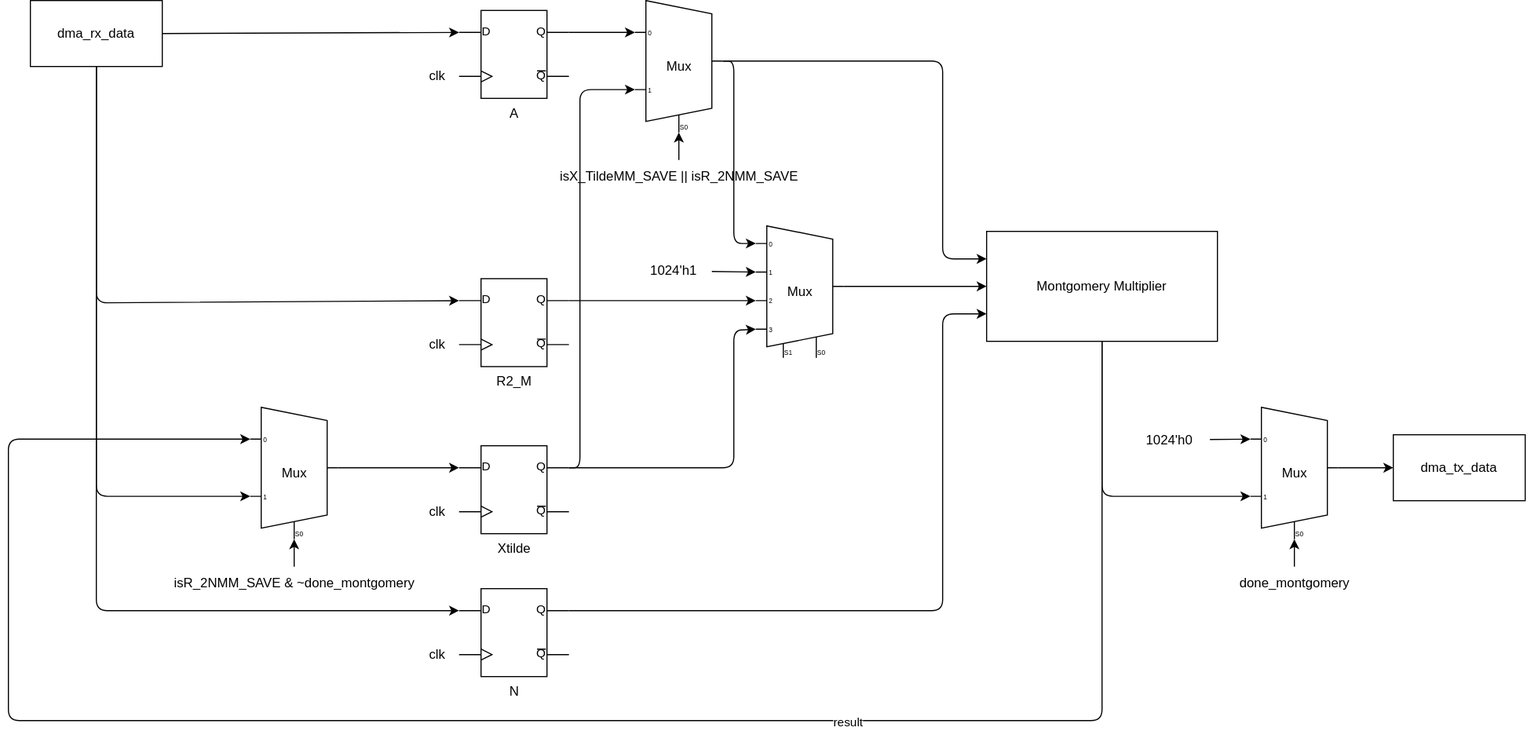
This is rsa/rsa.svg from Tfloow/Montgomery, a draw.io export, as it was before one commit. Source tidied: cells renumbered, new cells last; positions are measured from the earlier drawing's top-left corner, leaving out a move shared by most shapes.
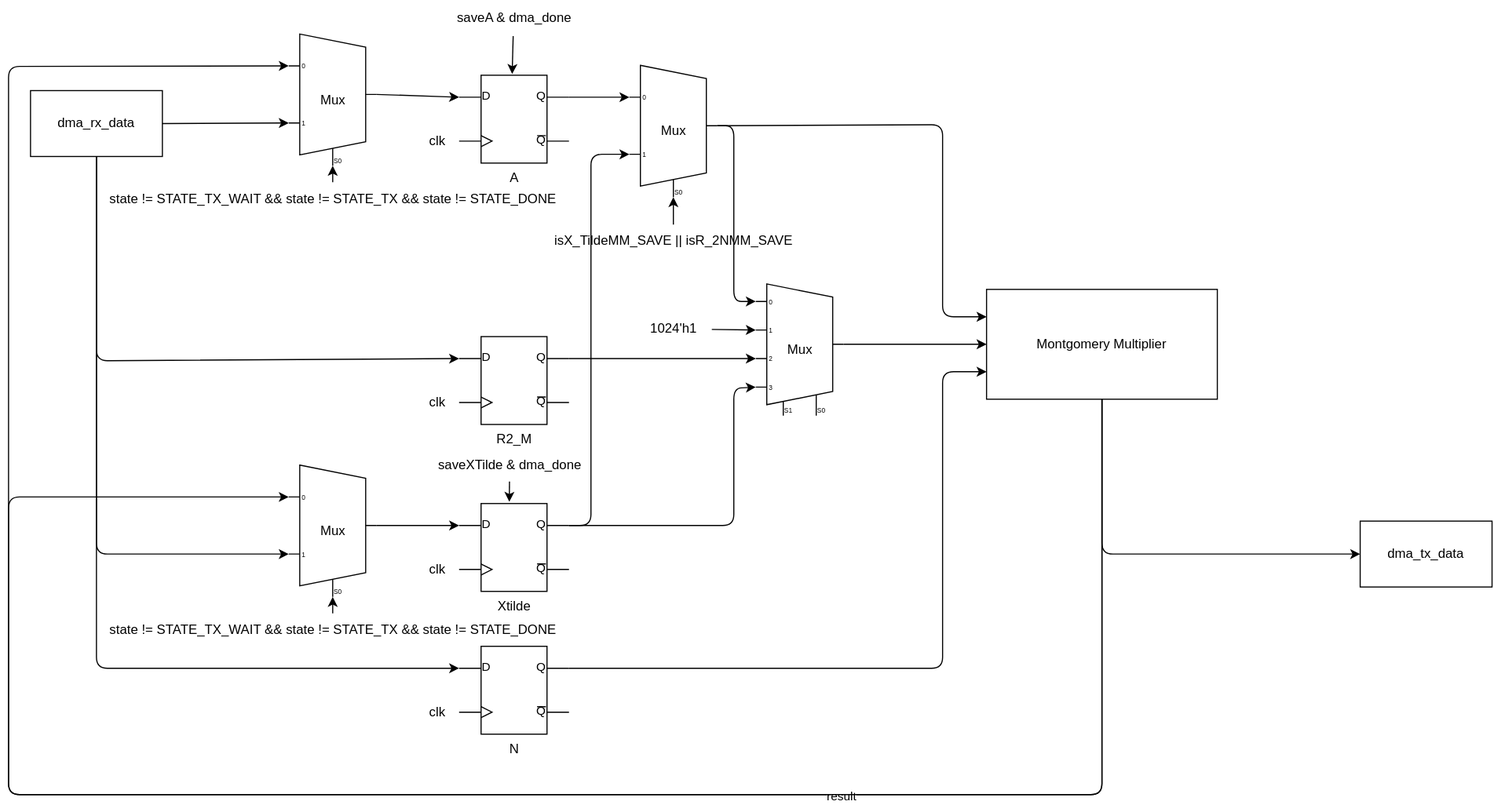
After the commit.

Diff of the diagram source:
```diff
@@ -6,16 +6,16 @@
       <mxGeometry relative="1" as="geometry" />
     </mxCell>
     <mxCell id="3" value="A" style="verticalLabelPosition=bottom;shadow=0;dashed=0;align=center;html=1;verticalAlign=top;shape=mxgraph.electrical.logic_gates.d_type_flip-flop;" parent="1" vertex="1">
-      <mxGeometry x="410" y="9" width="100" height="80" as="geometry" />
+      <mxGeometry x="410" y="15" width="100" height="80" as="geometry" />
     </mxCell>
     <mxCell id="4" value="clk" style="text;html=1;align=center;verticalAlign=middle;strokeColor=none;fillColor=none;" parent="1" vertex="1">
-      <mxGeometry x="370" y="54" width="40" height="30" as="geometry" />
+      <mxGeometry x="370" y="60" width="40" height="30" as="geometry" />
     </mxCell>
     <mxCell id="5" style="edgeStyle=none;html=1;exitX=1;exitY=0.25;exitDx=0;exitDy=0;exitPerimeter=0;entryX=0;entryY=0.65;entryDx=0;entryDy=3;entryPerimeter=0;" parent="1" edge="1" source="7" target="30">
       <mxGeometry relative="1" as="geometry">
         <Array as="points">
-          <mxPoint x="520" y="425" />
-          <mxPoint x="520" y="81" />
+          <mxPoint x="530" y="425" />
+          <mxPoint x="530" y="87" />
         </Array>
       </mxGeometry>
     </mxCell>
@@ -59,8 +59,8 @@
     <mxCell id="15" style="edgeStyle=none;html=1;entryX=0;entryY=0.21666666666666667;entryDx=0;entryDy=3;entryPerimeter=0;" parent="1" edge="1" source="18" target="25">
       <mxGeometry relative="1" as="geometry">
         <Array as="points">
-          <mxPoint x="995" y="655" />
-          <mxPoint y="655" />
+          <mxPoint x="995" y="670" />
+          <mxPoint y="670" />
           <mxPoint y="399" />
         </Array>
       </mxGeometry>
@@ -68,13 +68,22 @@
     <mxCell id="16" value="result" style="edgeLabel;html=1;align=center;verticalAlign=middle;" parent="15" vertex="1">
       <mxGeometry x="-0.36" y="1" relative="1" as="geometry" />
     </mxCell>
-    <mxCell id="17" style="edgeStyle=none;html=1;entryX=0;entryY=0.65;entryDx=0;entryDy=3;entryPerimeter=0;" parent="1" edge="1" source="18" target="39">
+    <mxCell id="17" style="edgeStyle=none;html=1;entryX=0;entryY=0.5;entryDx=0;entryDy=0;" parent="1" edge="1" source="18" target="38">
       <mxGeometry relative="1" as="geometry">
         <Array as="points">
           <mxPoint x="995" y="451" />
         </Array>
       </mxGeometry>
     </mxCell>
+    <mxCell id="44" style="edgeStyle=none;html=1;entryX=0;entryY=0.21666666666666667;entryDx=0;entryDy=3;entryPerimeter=0;" parent="1" edge="1" source="18" target="39">
+      <mxGeometry relative="1" as="geometry">
+        <Array as="points">
+          <mxPoint x="995" y="670" />
+          <mxPoint y="670" />
+          <mxPoint y="7" />
+        </Array>
+      </mxGeometry>
+    </mxCell>
     <mxCell id="18" value="Montgomery Multiplier" style="whiteSpace=wrap;html=1;" parent="1" vertex="1">
       <mxGeometry x="890" y="210" width="210" height="100" as="geometry" />
     </mxCell>
@@ -99,28 +108,25 @@
         </Array>
       </mxGeometry>
     </mxCell>
-    <mxCell id="22" style="edgeStyle=none;html=1;entryX=0;entryY=0.25;entryDx=0;entryDy=0;entryPerimeter=0;exitX=1;exitY=0.5;exitDx=0;exitDy=0;" parent="1" edge="1" source="37" target="3">
+    <mxCell id="22" style="edgeStyle=none;html=1;entryX=0;entryY=0.65;entryDx=0;entryDy=3;entryPerimeter=0;exitX=1;exitY=0.5;exitDx=0;exitDy=0;" parent="1" edge="1" source="37" target="39">
       <mxGeometry relative="1" as="geometry" />
     </mxCell>
-    <mxCell id="23" style="edgeStyle=none;jettySize=auto;html=1;entryX=0;entryY=0.5;entryDx=0;entryDy=0;exitX=1;exitY=0.5;exitDx=0;exitDy=-5;exitPerimeter=0;" parent="1" edge="1" source="39" target="38">
-      <mxGeometry relative="1" as="geometry" />
-    </mxCell>
     <mxCell id="24" style="edgeStyle=none;html=1;exitX=1;exitY=0.5;exitDx=0;exitDy=-5;exitPerimeter=0;entryX=0;entryY=0.25;entryDx=0;entryDy=0;entryPerimeter=0;" parent="1" edge="1" source="25" target="7">
       <mxGeometry relative="1" as="geometry" />
     </mxCell>
     <mxCell id="25" value="Mux" style="shadow=0;dashed=0;align=center;html=1;strokeWidth=1;shape=mxgraph.electrical.abstract.mux2;" parent="1" vertex="1">
-      <mxGeometry x="220" y="370" width="80" height="120" as="geometry" />
+      <mxGeometry x="255" y="370" width="80" height="120" as="geometry" />
     </mxCell>
     <mxCell id="26" style="edgeStyle=none;html=1;entryX=0.375;entryY=1;entryDx=10;entryDy=0;entryPerimeter=0;" parent="1" edge="1" source="27" target="25">
       <mxGeometry relative="1" as="geometry" />
     </mxCell>
-    <mxCell id="27" value="isR_2NMM_SAVE &amp;amp; ~done_montgomery" style="text;html=1;align=center;verticalAlign=middle;points=[];strokeColor=none;fillColor=none;" parent="1" vertex="1">
-      <mxGeometry x="140" y="515" width="240" height="30" as="geometry" />
+    <mxCell id="27" value="state != STATE_TX_WAIT &amp;amp;&amp;amp; state != STATE_TX &amp;amp;&amp;amp; state != STATE_DONE" style="text;html=1;align=center;verticalAlign=middle;points=[];strokeColor=none;fillColor=none;" parent="1" vertex="1">
+      <mxGeometry x="80" y="505" width="430" height="30" as="geometry" />
     </mxCell>
     <mxCell id="28" style="edgeStyle=none;html=1;exitX=1;exitY=0.5;exitDx=0;exitDy=-5;exitPerimeter=0;entryX=0;entryY=0.25;entryDx=0;entryDy=0;" parent="1" edge="1" source="30" target="18">
       <mxGeometry relative="1" as="geometry">
         <Array as="points">
-          <mxPoint x="850" y="55" />
+          <mxPoint x="850" y="60" />
           <mxPoint x="850" y="235" />
         </Array>
       </mxGeometry>
@@ -128,19 +134,19 @@
     <mxCell id="29" style="edgeStyle=none;html=1;entryX=0;entryY=0.10833333333333334;entryDx=0;entryDy=3;entryPerimeter=0;exitX=1;exitY=0.5;exitDx=0;exitDy=-5;exitPerimeter=0;" parent="1" edge="1" source="30" target="34">
       <mxGeometry relative="1" as="geometry">
         <Array as="points">
-          <mxPoint x="660" y="55" />
+          <mxPoint x="660" y="61" />
           <mxPoint x="660" y="221" />
         </Array>
       </mxGeometry>
     </mxCell>
     <mxCell id="30" value="Mux" style="shadow=0;dashed=0;align=center;html=1;strokeWidth=1;shape=mxgraph.electrical.abstract.mux2;" parent="1" vertex="1">
-      <mxGeometry x="570" width="80" height="120" as="geometry" />
+      <mxGeometry x="565" y="6" width="80" height="120" as="geometry" />
     </mxCell>
     <mxCell id="31" style="edgeStyle=none;html=1;entryX=0.375;entryY=1;entryDx=10;entryDy=0;entryPerimeter=0;" parent="1" edge="1" source="32" target="30">
       <mxGeometry relative="1" as="geometry" />
     </mxCell>
     <mxCell id="32" value="isX_TildeMM_SAVE || isR_2NMM_SAVE" style="text;html=1;align=center;verticalAlign=middle;points=[];strokeColor=none;fillColor=none;" parent="1" vertex="1">
-      <mxGeometry x="490" y="145" width="240" height="30" as="geometry" />
+      <mxGeometry x="485" y="151" width="240" height="30" as="geometry" />
     </mxCell>
     <mxCell id="33" style="edgeStyle=none;html=1;exitX=1;exitY=0.5;exitDx=0;exitDy=-5;exitPerimeter=0;entryX=0;entryY=0.5;entryDx=0;entryDy=0;" parent="1" edge="1" source="34" target="18">
       <mxGeometry relative="1" as="geometry" />
@@ -155,25 +161,34 @@
       <mxGeometry x="570" y="231" width="70" height="30" as="geometry" />
     </mxCell>
     <mxCell id="37" value="dma_rx_data" style="whiteSpace=wrap;html=1;" parent="1" vertex="1">
-      <mxGeometry x="20" width="120" height="60" as="geometry" />
+      <mxGeometry x="20" y="29" width="120" height="60" as="geometry" />
     </mxCell>
     <mxCell id="38" value="dma_tx_data" style="whiteSpace=wrap;html=1;" parent="1" vertex="1">
-      <mxGeometry x="1260" y="395" width="120" height="60" as="geometry" />
+      <mxGeometry x="1230" y="421" width="120" height="60" as="geometry" />
     </mxCell>
+    <mxCell id="45" style="edgeStyle=none;html=1;exitX=1;exitY=0.5;exitDx=0;exitDy=-5;exitPerimeter=0;entryX=0;entryY=0.25;entryDx=0;entryDy=0;entryPerimeter=0;" parent="1" edge="1" source="39" target="3">
+      <mxGeometry relative="1" as="geometry" />
+    </mxCell>
     <mxCell id="39" value="Mux" style="shadow=0;dashed=0;align=center;html=1;strokeWidth=1;shape=mxgraph.electrical.abstract.mux2;" parent="1" vertex="1">
-      <mxGeometry x="1130" y="370" width="80" height="120" as="geometry" />
+      <mxGeometry x="255" y="-22.5" width="80" height="120" as="geometry" />
     </mxCell>
-    <mxCell id="40" style="edgeStyle=none;html=1;entryX=0.375;entryY=1;entryDx=10;entryDy=0;entryPerimeter=0;" parent="1" edge="1" source="41" target="39">
-      <mxGeometry relative="1" as="geometry" />
-    </mxCell>
-    <mxCell id="41" value="done_montgomery" style="text;html=1;align=center;verticalAlign=middle;points=[];strokeColor=none;fillColor=none;" parent="1" vertex="1">
-      <mxGeometry x="1110" y="515" width="120" height="30" as="geometry" />
-    </mxCell>
-    <mxCell id="42" style="edgeStyle=none;html=1;entryX=0;entryY=0.21666666666666667;entryDx=0;entryDy=3;entryPerimeter=0;exitX=1.031;exitY=0.476;exitDx=0;exitDy=0;exitPerimeter=0;" parent="1" edge="1" source="43" target="39">
-      <mxGeometry relative="1" as="geometry" />
-    </mxCell>
-    <mxCell id="43" value="1024'h0" style="text;html=1;align=center;verticalAlign=middle;points=[];strokeColor=none;fillColor=none;" parent="1" vertex="1">
-      <mxGeometry x="1021" y="385" width="70" height="30" as="geometry" />
-    </mxCell>
+    <mxCell id="46" style="edgeStyle=none;html=1;entryX=0.375;entryY=1;entryDx=10;entryDy=0;entryPerimeter=0;" parent="1" edge="1" source="47" target="39">
+      <mxGeometry relative="1" as="geometry" />
+    </mxCell>
+    <mxCell id="47" value="state != STATE_TX_WAIT &amp;amp;&amp;amp; state != STATE_TX &amp;amp;&amp;amp; state != STATE_DONE" style="text;html=1;align=center;verticalAlign=middle;points=[];strokeColor=none;fillColor=none;" parent="1" vertex="1">
+      <mxGeometry x="80" y="112.5" width="430" height="30" as="geometry" />
+    </mxCell>
+    <mxCell id="48" style="edgeStyle=none;jettySize=auto;html=1;entryX=0.483;entryY=-0.014;entryDx=0;entryDy=0;entryPerimeter=0;exitX=0.494;exitY=1.064;exitDx=0;exitDy=0;exitPerimeter=0;" parent="1" edge="1" source="49" target="3">
+      <mxGeometry relative="1" as="geometry" />
+    </mxCell>
+    <mxCell id="49" value="saveA &amp;amp; dma_done" style="text;html=1;align=center;verticalAlign=middle;points=[];strokeColor=none;fillColor=none;" parent="1" vertex="1">
+      <mxGeometry x="395" y="-52.5" width="130" height="30" as="geometry" />
+    </mxCell>
+    <mxCell id="50" style="edgeStyle=none;html=1;entryX=0.457;entryY=-0.02;entryDx=0;entryDy=0;entryPerimeter=0;" parent="1" edge="1" source="51" target="7">
+      <mxGeometry relative="1" as="geometry" />
+    </mxCell>
+    <mxCell id="51" value="saveXTilde &amp;amp; dma_done" style="text;html=1;align=center;verticalAlign=middle;points=[];strokeColor=none;fillColor=none;" parent="1" vertex="1">
+      <mxGeometry x="381" y="355" width="150" height="30" as="geometry" />
+    </mxCell>
   </root>
 </mxGraphModel>
```
